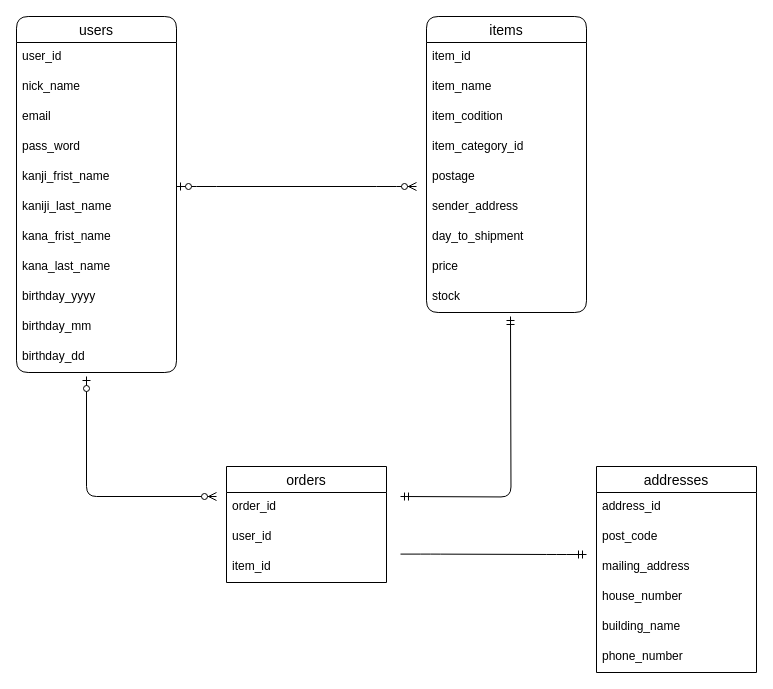
Before: furima.dio in hiroaki9842/furima-idom2023, a draw.io diagram. Source tidied: cells renumbered, new cells numbered last; positions are measured from the earlier drawing's top-left corner, leaving out a move shared by most shapes. Both pictures are drawn from the tidied source at 100%, with x=0, y=0 at pixel (16, 16).
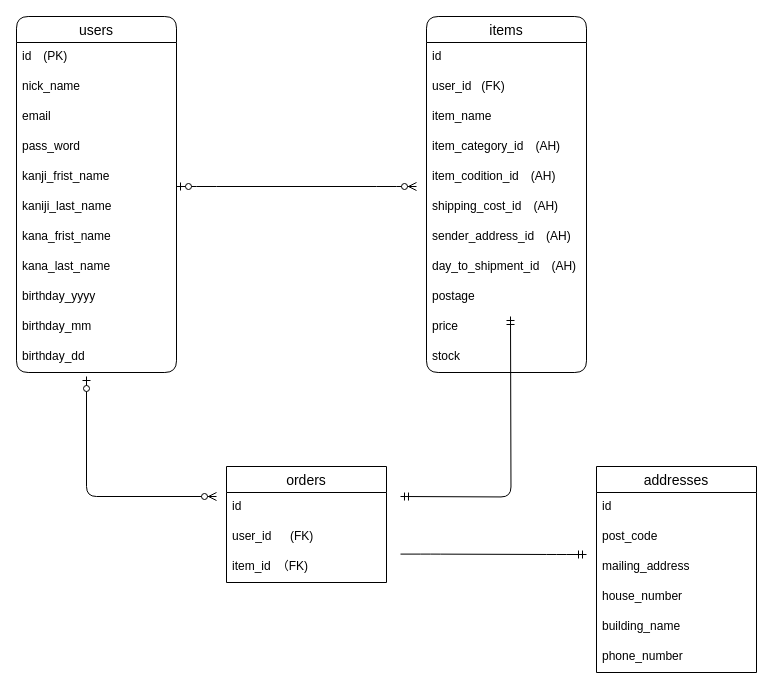
Above is the later version.

Commit message:
ER図#3 再度訂正

The change refers to these unchanged cells:
```xml
<mxCell id="2" value="users" style="swimlane;fontStyle=0;horizontal=1;startSize=26;align=center;fontSize=14;rounded=1;" parent="1" vertex="1">
  <mxGeometry width="160" height="356" as="geometry" />
</mxCell>
<mxCell id="25" value="orders" style="swimlane;fontStyle=0;horizontal=1;startSize=26;align=center;fontSize=14;" parent="1" vertex="1">
  <mxGeometry x="210" y="450" width="160" height="116" as="geometry" />
</mxCell>
<mxCell id="30" value="addresses" style="swimlane;fontStyle=0;horizontal=1;startSize=26;align=center;fontSize=14;" parent="1" vertex="1">
  <mxGeometry x="580" y="450" width="160" height="206" as="geometry" />
</mxCell>
```

Diff of the diagram source:
```diff
@@
-    <mxCell id="3" value="user_id" style="text;strokeColor=none;fillColor=none;spacingLeft=4;spacingRight=4;overflow=hidden;fontSize=12;rounded=1;" parent="2" vertex="1">
-      <mxGeometry y="26" width="160" height="30" as="geometry" />
-    </mxCell>
+    <mxCell id="39" value="id　(PK)" style="text;strokeColor=none;fillColor=none;spacingLeft=4;spacingRight=4;overflow=hidden;fontSize=12;" parent="2" vertex="1">
+      <mxGeometry y="26" width="160" height="30" as="geometry" />
+    </mxCell>
@@
     <mxCell id="14" value="items" style="swimlane;fontStyle=0;horizontal=1;startSize=26;align=center;fontSize=14;rounded=1;" parent="1" vertex="1">
-      <mxGeometry x="410" width="160" height="296" as="geometry" />
+      <mxGeometry x="410" width="160" height="356" as="geometry" />
     </mxCell>
-    <mxCell id="15" value="item_id" style="text;strokeColor=none;fillColor=none;spacingLeft=4;spacingRight=4;overflow=hidden;fontSize=12;rounded=1;" parent="14" vertex="1">
-      <mxGeometry y="26" width="160" height="30" as="geometry" />
-    </mxCell>
+    <mxCell id="40" value="id" style="text;strokeColor=none;fillColor=none;spacingLeft=4;spacingRight=4;overflow=hidden;fontSize=12;" parent="14" vertex="1">
+      <mxGeometry y="26" width="160" height="30" as="geometry" />
+    </mxCell>
+    <mxCell id="41" value="user_id   (FK)" style="text;strokeColor=none;fillColor=none;spacingLeft=4;spacingRight=4;overflow=hidden;fontSize=12;" parent="14" vertex="1">
+      <mxGeometry y="56" width="160" height="30" as="geometry" />
+    </mxCell>
     <mxCell id="16" value="item_name" style="text;strokeColor=none;fillColor=none;spacingLeft=4;spacingRight=4;overflow=hidden;fontSize=12;rounded=1;" parent="14" vertex="1">
-      <mxGeometry y="56" width="160" height="30" as="geometry" />
+      <mxGeometry y="86" width="160" height="30" as="geometry" />
     </mxCell>
+    <mxCell id="18" value="item_category_id　(AH)" style="text;strokeColor=none;fillColor=none;spacingLeft=4;spacingRight=4;overflow=hidden;fontSize=12;" parent="14" vertex="1">
+      <mxGeometry y="116" width="160" height="30" as="geometry" />
+    </mxCell>
-    <mxCell id="17" value="item_codition" style="text;strokeColor=none;fillColor=none;spacingLeft=4;spacingRight=4;overflow=hidden;fontSize=12;rounded=1;" parent="14" vertex="1">
-      <mxGeometry y="86" width="160" height="30" as="geometry" />
+    <mxCell id="17" value="item_codition_id　(AH)" style="text;strokeColor=none;fillColor=none;spacingLeft=4;spacingRight=4;overflow=hidden;fontSize=12;rounded=1;" parent="14" vertex="1">
+      <mxGeometry y="146" width="160" height="30" as="geometry" />
     </mxCell>
-    <mxCell id="18" value="item_category_id" style="text;strokeColor=none;fillColor=none;spacingLeft=4;spacingRight=4;overflow=hidden;fontSize=12;" parent="14" vertex="1">
-      <mxGeometry y="116" width="160" height="30" as="geometry" />
-    </mxCell>
-    <mxCell id="19" value="postage" style="text;strokeColor=none;fillColor=none;spacingLeft=4;spacingRight=4;overflow=hidden;fontSize=12;rounded=1;" parent="14" vertex="1">
-      <mxGeometry y="146" width="160" height="30" as="geometry" />
-    </mxCell>
+    <mxCell id="42" value="shipping_cost_id　(AH)" style="text;strokeColor=none;fillColor=none;spacingLeft=4;spacingRight=4;overflow=hidden;fontSize=12;" parent="14" vertex="1">
+      <mxGeometry y="176" width="160" height="30" as="geometry" />
+    </mxCell>
-    <mxCell id="20" value="sender_address" style="text;strokeColor=none;fillColor=none;spacingLeft=4;spacingRight=4;overflow=hidden;fontSize=12;rounded=1;" parent="14" vertex="1">
-      <mxGeometry y="176" width="160" height="30" as="geometry" />
+    <mxCell id="20" value="sender_address_id　(AH)" style="text;strokeColor=none;fillColor=none;spacingLeft=4;spacingRight=4;overflow=hidden;fontSize=12;rounded=1;" parent="14" vertex="1">
+      <mxGeometry y="206" width="160" height="30" as="geometry" />
     </mxCell>
-    <mxCell id="21" value="day_to_shipment" style="text;strokeColor=none;fillColor=none;spacingLeft=4;spacingRight=4;overflow=hidden;fontSize=12;rounded=1;" parent="14" vertex="1">
-      <mxGeometry y="206" width="160" height="30" as="geometry" />
+    <mxCell id="21" value="day_to_shipment_id　(AH)" style="text;strokeColor=none;fillColor=none;spacingLeft=4;spacingRight=4;overflow=hidden;fontSize=12;rounded=1;" parent="14" vertex="1">
+      <mxGeometry y="236" width="160" height="30" as="geometry" />
     </mxCell>
+    <mxCell id="19" value="postage" style="text;strokeColor=none;fillColor=none;spacingLeft=4;spacingRight=4;overflow=hidden;fontSize=12;rounded=1;" parent="14" vertex="1">
+      <mxGeometry y="266" width="160" height="30" as="geometry" />
+    </mxCell>
     <mxCell id="22" value="price" style="text;strokeColor=none;fillColor=none;spacingLeft=4;spacingRight=4;overflow=hidden;fontSize=12;rounded=1;" parent="14" vertex="1">
-      <mxGeometry y="236" width="160" height="30" as="geometry" />
+      <mxGeometry y="296" width="160" height="30" as="geometry" />
     </mxCell>
     <mxCell id="23" value="stock" style="text;strokeColor=none;fillColor=none;spacingLeft=4;spacingRight=4;overflow=hidden;fontSize=12;rounded=1;" parent="14" vertex="1">
-      <mxGeometry y="266" width="160" height="30" as="geometry" />
+      <mxGeometry y="326" width="160" height="30" as="geometry" />
     </mxCell>
@@
-    <mxCell id="26" value="order_id" style="text;strokeColor=none;fillColor=none;spacingLeft=4;spacingRight=4;overflow=hidden;fontSize=12;" parent="25" vertex="1">
-      <mxGeometry y="26" width="160" height="30" as="geometry" />
-    </mxCell>
+    <mxCell id="43" value="id" style="text;strokeColor=none;fillColor=none;spacingLeft=4;spacingRight=4;overflow=hidden;fontSize=12;" parent="25" vertex="1">
+      <mxGeometry y="26" width="160" height="30" as="geometry" />
+    </mxCell>
-    <mxCell id="27" value="user_id" style="text;strokeColor=none;fillColor=none;spacingLeft=4;spacingRight=4;overflow=hidden;fontSize=12;" parent="25" vertex="1">
+    <mxCell id="27" value="user_id　  (FK)" style="text;strokeColor=none;fillColor=none;spacingLeft=4;spacingRight=4;overflow=hidden;fontSize=12;" parent="25" vertex="1">
       <mxGeometry y="56" width="160" height="30" as="geometry" />
     </mxCell>
-    <mxCell id="28" value="item_id" style="text;strokeColor=none;fillColor=none;spacingLeft=4;spacingRight=4;overflow=hidden;fontSize=12;" parent="25" vertex="1">
+    <mxCell id="28" value="item_id　（FK)" style="text;strokeColor=none;fillColor=none;spacingLeft=4;spacingRight=4;overflow=hidden;fontSize=12;" parent="25" vertex="1">
       <mxGeometry y="86" width="160" height="30" as="geometry" />
     </mxCell>
@@
-    <mxCell id="31" value="address_id" style="text;strokeColor=none;fillColor=none;spacingLeft=4;spacingRight=4;overflow=hidden;fontSize=12;" parent="30" vertex="1">
-      <mxGeometry y="26" width="160" height="30" as="geometry" />
-    </mxCell>
+    <mxCell id="44" value="id" style="text;strokeColor=none;fillColor=none;spacingLeft=4;spacingRight=4;overflow=hidden;fontSize=12;" parent="30" vertex="1">
+      <mxGeometry y="26" width="160" height="30" as="geometry" />
+    </mxCell>
```
